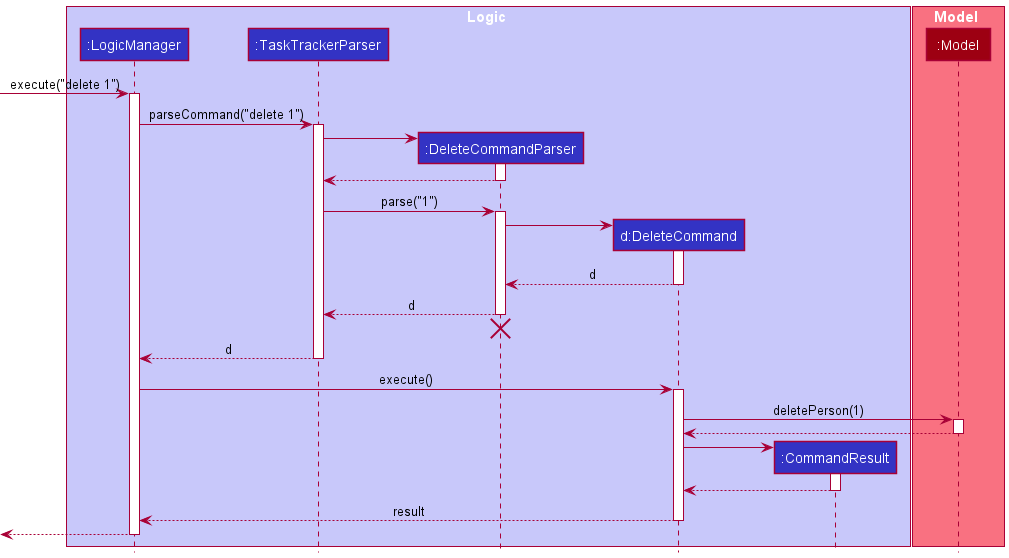
Above: docs/images/DeleteSequenceDiagram.png in nus-cs2103-AY2021S2/tp (PlantUML), before the change.
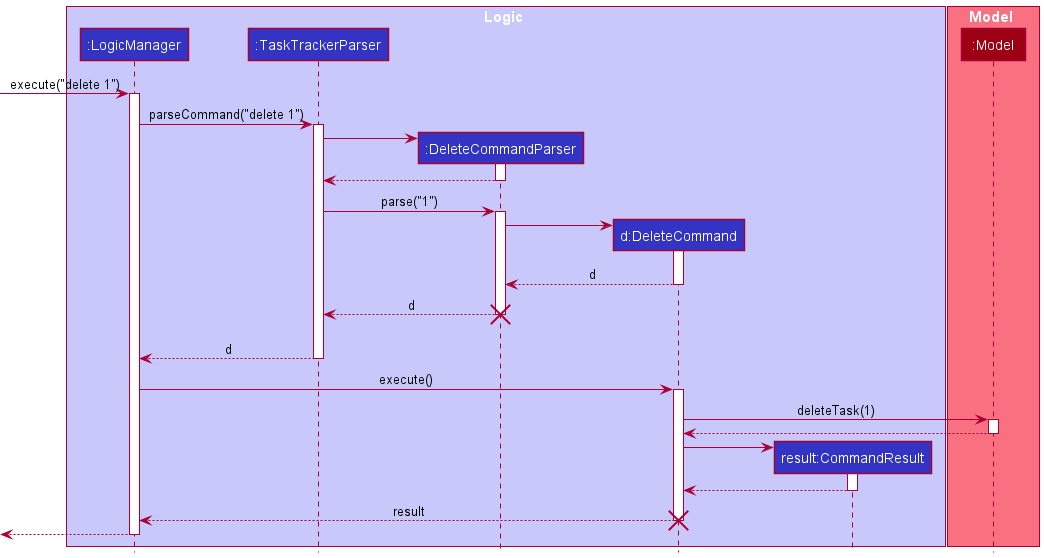
Above is the later version.

Commit message:
update logic api sequence diagram

The edit, as a diff of the source:
```diff
@@ -6,7 +6,7 @@
 participant ":TaskTrackerParser" as TaskTrackerParser LOGIC_COLOR
 participant ":DeleteCommandParser" as DeleteCommandParser LOGIC_COLOR
 participant "d:DeleteCommand" as DeleteCommand LOGIC_COLOR
-participant ":CommandResult" as CommandResult LOGIC_COLOR
+participant "result:CommandResult" as CommandResult LOGIC_COLOR
 end box
 
 box Model MODEL_COLOR_T1
@@ -37,9 +37,8 @@
 deactivate DeleteCommand
 
 DeleteCommandParser --> TaskTrackerParser : d
-deactivate DeleteCommandParser
+destroy DeleteCommandParser
 DeleteCommandParser -[hidden]-> TaskTrackerParser
-destroy DeleteCommandParser
 
 TaskTrackerParser --> LogicManager : d
 deactivate TaskTrackerParser
@@ -47,7 +46,7 @@
 LogicManager -> DeleteCommand : execute()
 activate DeleteCommand
 
-DeleteCommand -> Model : deletePerson(1)
+DeleteCommand -> Model : deleteTask(1)
 activate Model
 
 Model --> DeleteCommand
@@ -61,7 +60,7 @@
 deactivate CommandResult
 
 DeleteCommand --> LogicManager : result
-deactivate DeleteCommand
+destroy DeleteCommand
 
 [<--LogicManager
 deactivate LogicManager
```
